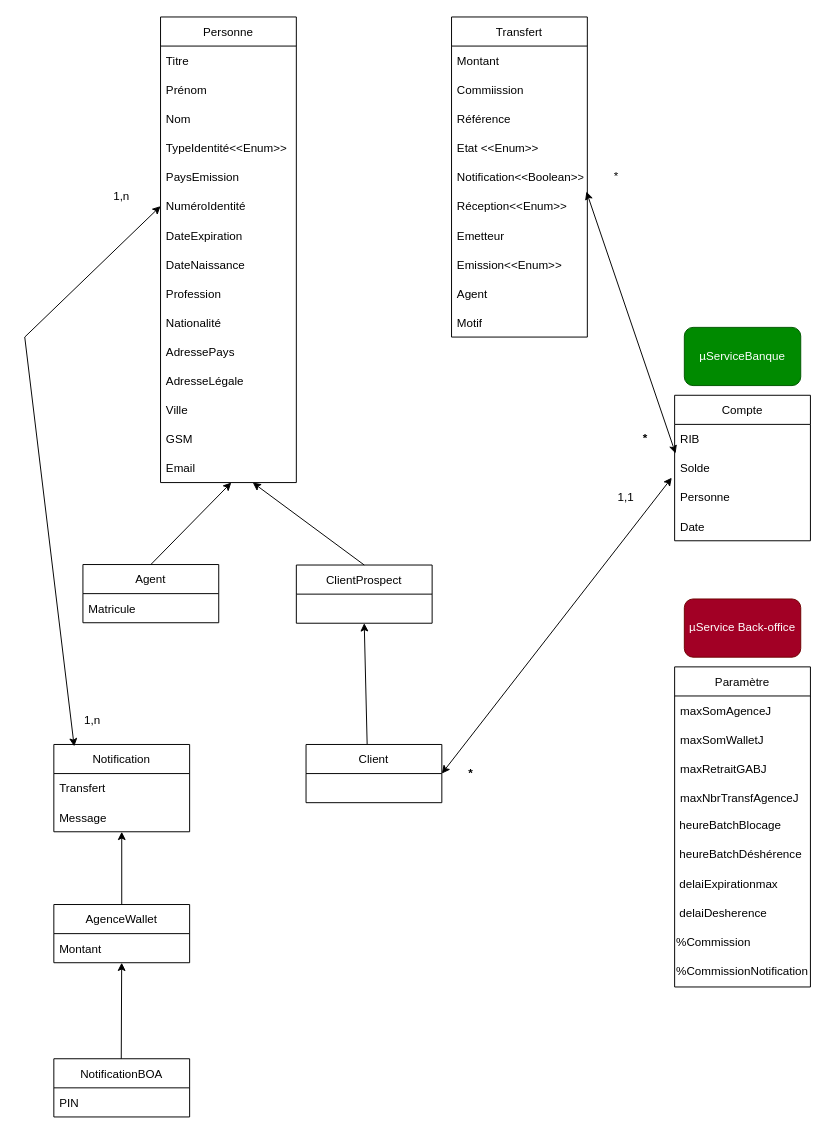
This is Diagramme de classe.drawio from TransfertNationalOrg/transfert-service, a draw.io file, before an edit. Source tidied: cells renumbered, new cells numbered last; positions are measured from the earlier drawing's top-left corner, leaving out a move shared by most shapes. Both pictures are drawn from the tidied source at 97%, with x=0, y=0 at pixel (24, 16).
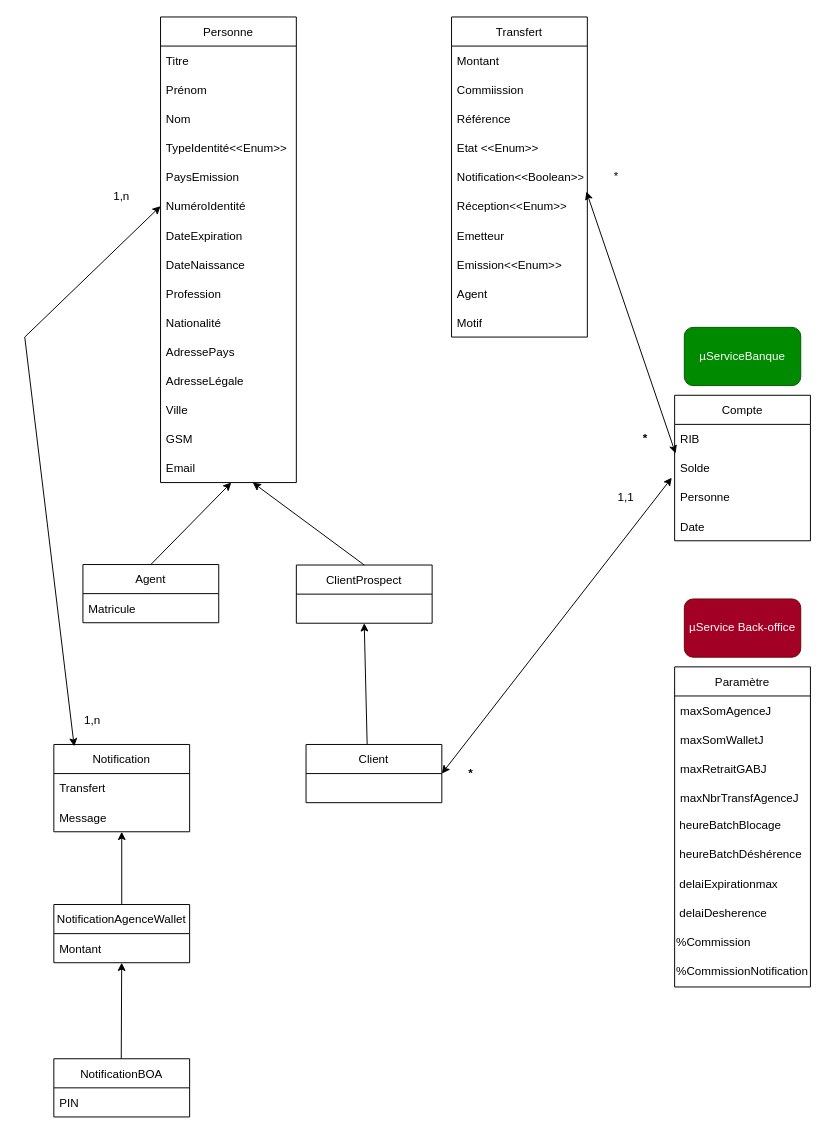
After the change.

The edit, as a diff of the source:
```diff
@@
-    <mxCell id="52" value="AgenceWallet" style="swimlane;fontStyle=0;horizontal=1;startSize=30;" parent="1" vertex="1">
+    <mxCell id="52" value="NotificationAgenceWallet" style="swimlane;fontStyle=0;horizontal=1;startSize=30;" parent="1" vertex="1">
       <mxGeometry x="30" y="915" width="140" height="60" as="geometry" />
     </mxCell>
```
